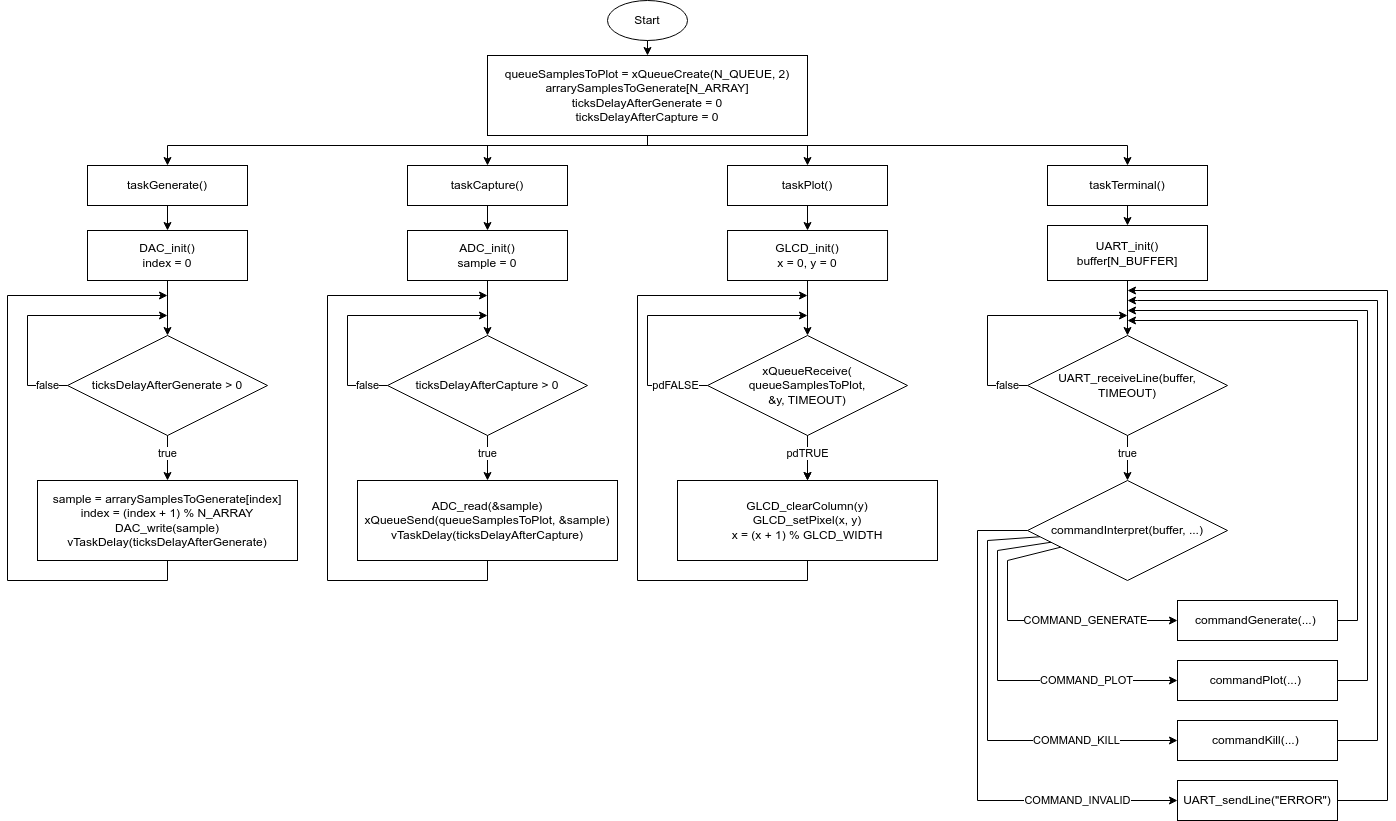
Before: docs/system-diagrams-flowchart.drawio.png, a diagram exported from draw.io (karim-m-ali/SignalGenie). Source tidied: cells renumbered, new cells last; positions are measured from the earlier drawing's top-left corner, leaving out a move shared by most shapes.
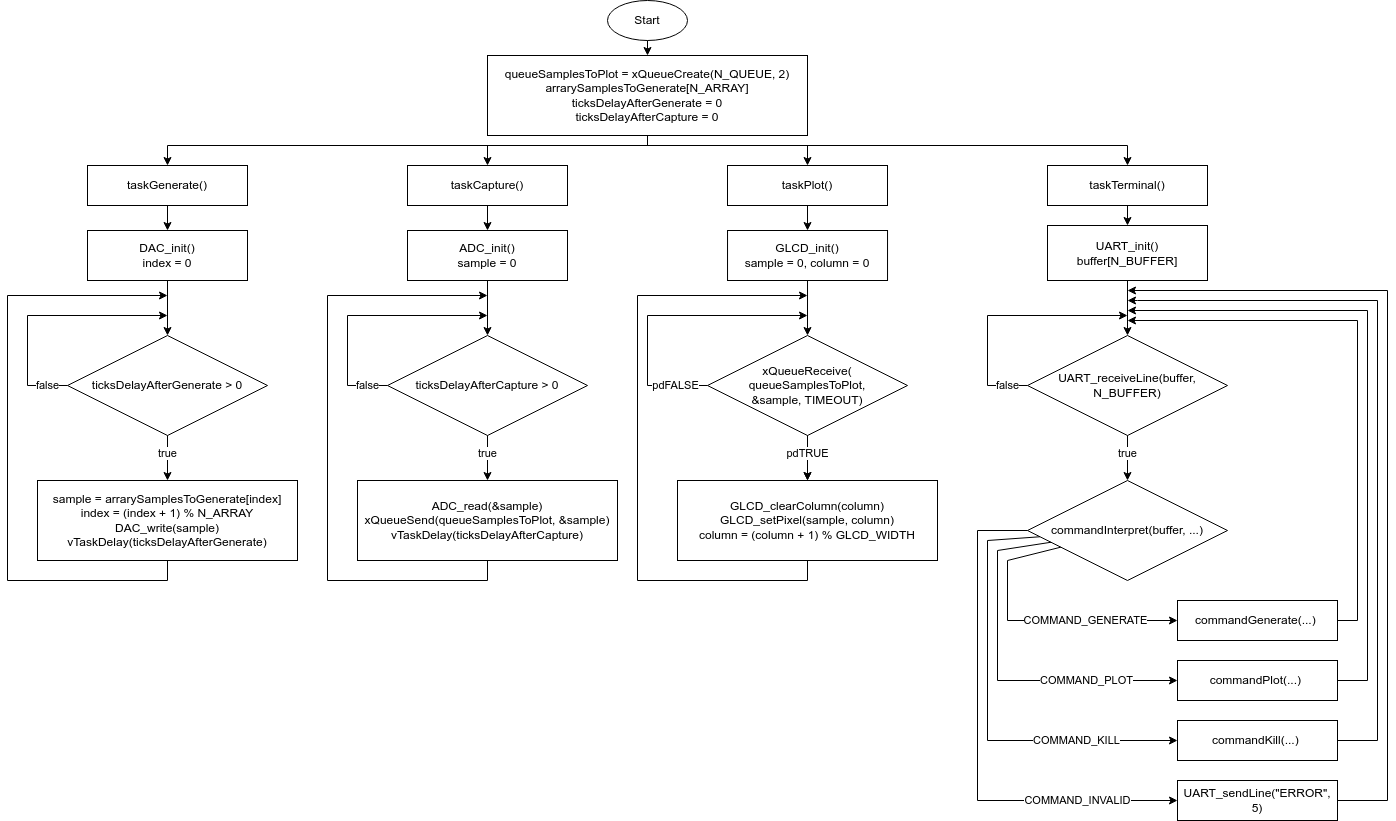
After the commit.

Change to the diagram source:
```diff
@@ -17,7 +17,7 @@
     <mxCell id="6" value="UART_init()&lt;div&gt;buffer[N_BUFFER]&lt;/div&gt;" style="rounded=0;whiteSpace=wrap;html=1;" parent="1" vertex="1">
       <mxGeometry x="1040" y="225" width="160" height="55" as="geometry" />
     </mxCell>
-    <mxCell id="7" value="GLCD_init()&lt;div&gt;x = 0, y&lt;span style=&quot;background-color: initial;&quot;&gt;&amp;nbsp;= 0&lt;/span&gt;&lt;/div&gt;" style="rounded=0;whiteSpace=wrap;html=1;" parent="1" vertex="1">
+    <mxCell id="7" value="GLCD_init()&lt;div&gt;sample = 0, column&lt;span style=&quot;background-color: initial;&quot;&gt;&amp;nbsp;= 0&lt;/span&gt;&lt;/div&gt;" style="rounded=0;whiteSpace=wrap;html=1;" parent="1" vertex="1">
       <mxGeometry x="720" y="230" width="160" height="50" as="geometry" />
     </mxCell>
     <mxCell id="8" value="DAC_init()&lt;div&gt;index = 0&lt;/div&gt;" style="rounded=0;whiteSpace=wrap;html=1;" parent="1" vertex="1">
@@ -144,7 +144,7 @@
     <mxCell id="33" style="edgeStyle=orthogonalEdgeStyle;rounded=0;jettySize=auto;html=1;" parent="1" edge="1" source="34" target="37">
       <mxGeometry relative="1" as="geometry" />
     </mxCell>
-    <mxCell id="34" value="&lt;div&gt;xQueueReceive(&lt;/div&gt;&lt;div&gt;&lt;span style=&quot;background-color: initial;&quot;&gt;queueSamplesToPlot,&lt;/span&gt;&lt;/div&gt;&lt;div&gt;&lt;span style=&quot;background-color: initial;&quot;&gt;&amp;amp;y, TIMEOUT&lt;/span&gt;&lt;span style=&quot;background-color: initial;&quot;&gt;)&lt;/span&gt;&lt;/div&gt;" style="rhombus;whiteSpace=wrap;html=1;" parent="1" vertex="1">
+    <mxCell id="34" value="&lt;div&gt;xQueueReceive(&lt;/div&gt;&lt;div&gt;&lt;span style=&quot;background-color: initial;&quot;&gt;queueSamplesToPlot,&lt;/span&gt;&lt;/div&gt;&lt;div&gt;&lt;span style=&quot;background-color: initial;&quot;&gt;&amp;amp;sample, TIMEOUT&lt;/span&gt;&lt;span style=&quot;background-color: initial;&quot;&gt;)&lt;/span&gt;&lt;/div&gt;" style="rhombus;whiteSpace=wrap;html=1;" parent="1" vertex="1">
       <mxGeometry x="700" y="335" width="200" height="100" as="geometry" />
     </mxCell>
     <mxCell id="35" style="endArrow=classic;html=1;rounded=0;" parent="1" edge="1" source="7" target="34">
@@ -159,7 +159,7 @@
         </Array>
       </mxGeometry>
     </mxCell>
-    <mxCell id="37" value="&lt;div&gt;GLCD_clearColumn(y)&lt;/div&gt;&lt;div&gt;GLCD_setPixel(x, y)&lt;/div&gt;&lt;div&gt;x = (x + 1) % GLCD_WIDTH&lt;/div&gt;" style="rounded=0;whiteSpace=wrap;html=1;" parent="1" vertex="1">
+    <mxCell id="37" value="&lt;div&gt;GLCD_clearColumn(column)&lt;/div&gt;&lt;div&gt;GLCD_setPixel(sample,&amp;nbsp;&lt;span style=&quot;background-color: initial;&quot;&gt;column&lt;/span&gt;&lt;span style=&quot;background-color: initial;&quot;&gt;)&lt;/span&gt;&lt;/div&gt;&lt;div&gt;&lt;span style=&quot;background-color: initial;&quot;&gt;column&lt;/span&gt;&amp;nbsp;= (column + 1) % GLCD_WIDTH&lt;/div&gt;" style="rounded=0;whiteSpace=wrap;html=1;" parent="1" vertex="1">
       <mxGeometry x="670" y="480" width="260" height="80" as="geometry" />
     </mxCell>
     <mxCell id="38" value="pdTRUE" style="endArrow=classic;html=1;rounded=0;" parent="1" edge="1" source="34" target="37">
@@ -175,7 +175,7 @@
         </Array>
       </mxGeometry>
     </mxCell>
-    <mxCell id="40" value="&lt;div&gt;UART_receiveLine(buffer&lt;span style=&quot;background-color: initial;&quot;&gt;, TIMEOUT&lt;/span&gt;&lt;span style=&quot;background-color: initial;&quot;&gt;)&lt;/span&gt;&lt;/div&gt;" style="rhombus;whiteSpace=wrap;html=1;" parent="1" vertex="1">
+    <mxCell id="40" value="&lt;div&gt;UART_receiveLine(buffer&lt;span style=&quot;background-color: initial;&quot;&gt;, N_BUFFER&lt;/span&gt;&lt;span style=&quot;background-color: initial;&quot;&gt;)&lt;/span&gt;&lt;/div&gt;" style="rhombus;whiteSpace=wrap;html=1;" parent="1" vertex="1">
       <mxGeometry x="1020" y="335" width="200" height="100" as="geometry" />
     </mxCell>
     <mxCell id="41" value="false" style="endArrow=classic;html=1;rounded=0;" parent="1" edge="1" source="40">
@@ -204,7 +204,7 @@
     <mxCell id="46" value="commandPlot(...)&amp;nbsp;" style="rounded=0;whiteSpace=wrap;html=1;" parent="1" vertex="1">
       <mxGeometry x="1170" y="660" width="160" height="40" as="geometry" />
     </mxCell>
-    <mxCell id="47" value="UART_sendLine(&quot;ERROR&quot;)" style="rounded=0;whiteSpace=wrap;html=1;" parent="1" vertex="1">
+    <mxCell id="47" value="UART_sendLine(&quot;ERROR&quot;, 5)" style="rounded=0;whiteSpace=wrap;html=1;" parent="1" vertex="1">
       <mxGeometry x="1170" y="780" width="160" height="40" as="geometry" />
     </mxCell>
     <mxCell id="48" value="commandKill(...)&amp;nbsp;" style="rounded=0;whiteSpace=wrap;html=1;" parent="1" vertex="1">
```
